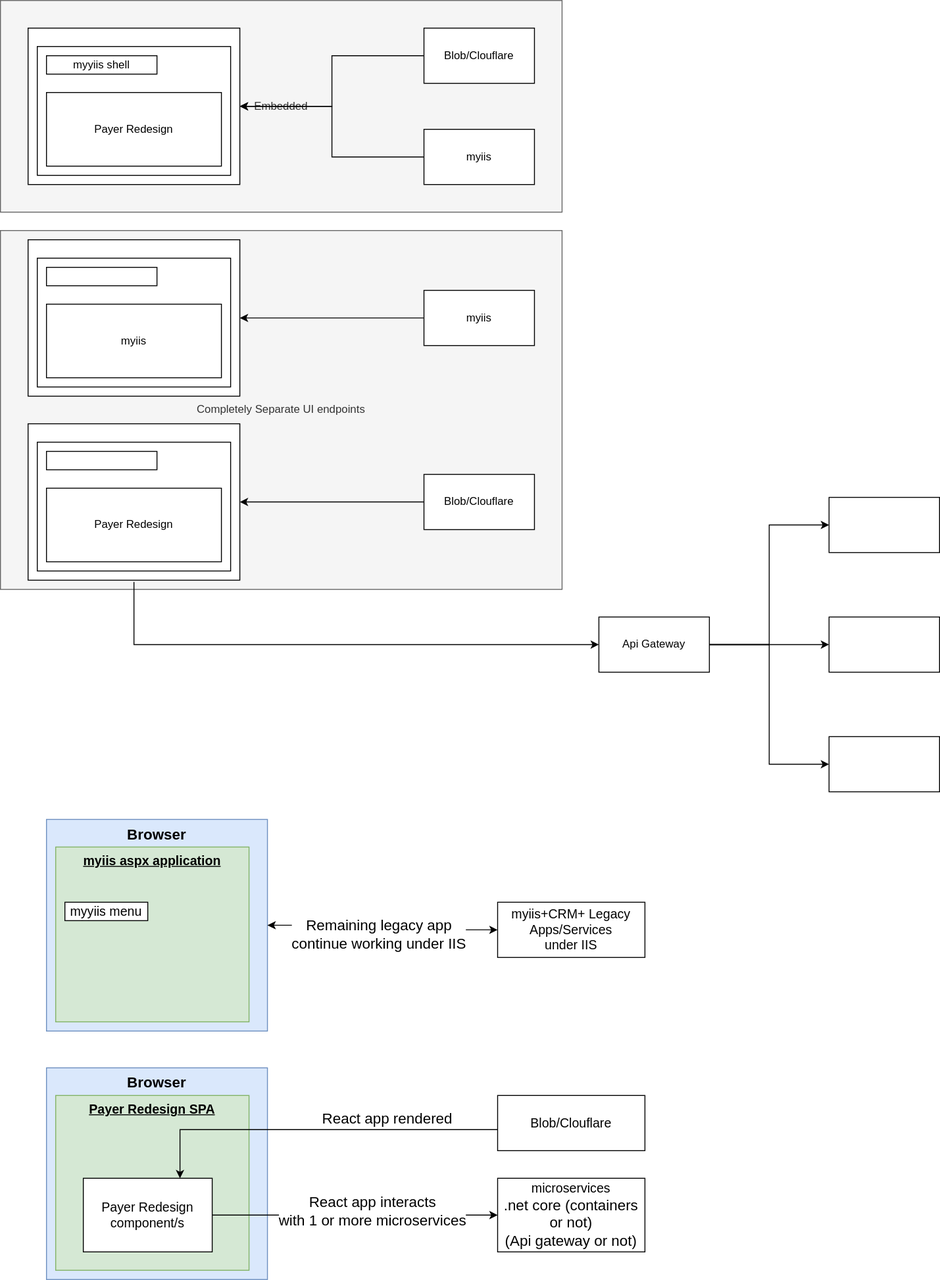
Above: payerredesignOption2.svg in vjavle/invoicecloud (draw.io), before the change. Source tidied: cells renumbered, new cells last; positions are measured from the earlier drawing's top-left corner, leaving out a move shared by most shapes.
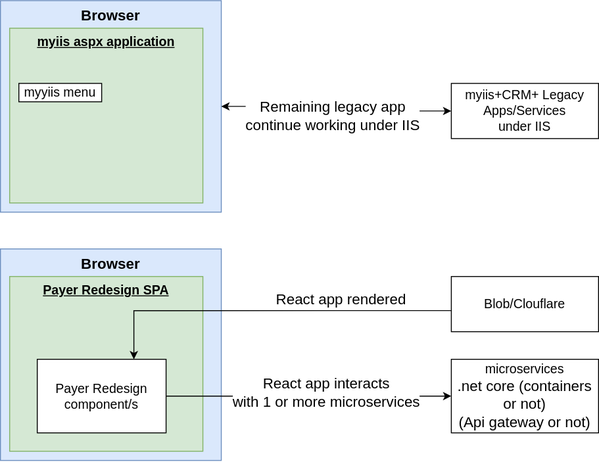
The same file after the commit.

The edit, as a diff of the source:
```diff
@@ -2,101 +2,6 @@
   <root>
     <mxCell id="0" />
     <mxCell id="1" parent="0" />
-    <mxCell id="2" value="Completely Separate UI endpoints" style="rounded=0;whiteSpace=wrap;html=1;fillColor=#f5f5f5;fontColor=#333333;strokeColor=#666666;" parent="1" vertex="1">
-      <mxGeometry y="250" width="610" height="390" as="geometry" />
-    </mxCell>
-    <mxCell id="3" value="Embedded" style="rounded=0;whiteSpace=wrap;html=1;fillColor=#f5f5f5;fontColor=#333333;strokeColor=#666666;" parent="1" vertex="1">
-      <mxGeometry width="610" height="230" as="geometry" />
-    </mxCell>
-    <mxCell id="4" style="edgeStyle=orthogonalEdgeStyle;rounded=0;jettySize=auto;html=1;entryX=1;entryY=0.5;entryDx=0;entryDy=0;" parent="1" edge="1" source="5" target="8">
-      <mxGeometry relative="1" as="geometry" />
-    </mxCell>
-    <mxCell id="5" value="Blob/Clouflare" style="rounded=0;whiteSpace=wrap;html=1;" parent="1" vertex="1">
-      <mxGeometry x="460" y="30" width="120" height="60" as="geometry" />
-    </mxCell>
-    <mxCell id="6" style="edgeStyle=orthogonalEdgeStyle;rounded=0;jettySize=auto;html=1;entryX=1;entryY=0.5;entryDx=0;entryDy=0;" parent="1" edge="1" source="7" target="8">
-      <mxGeometry relative="1" as="geometry" />
-    </mxCell>
-    <mxCell id="7" value="myiis" style="rounded=0;whiteSpace=wrap;html=1;" parent="1" vertex="1">
-      <mxGeometry x="460" y="140" width="120" height="60" as="geometry" />
-    </mxCell>
-    <mxCell id="8" style="rounded=0;whiteSpace=wrap;html=1;" parent="1" vertex="1">
-      <mxGeometry x="30" y="30" width="230" height="170" as="geometry" />
-    </mxCell>
-    <mxCell id="9" style="rounded=0;whiteSpace=wrap;html=1;" parent="1" vertex="1">
-      <mxGeometry x="40" y="50" width="210" height="140" as="geometry" />
-    </mxCell>
-    <mxCell id="10" value="myyiis shell" style="rounded=0;whiteSpace=wrap;html=1;" parent="1" vertex="1">
-      <mxGeometry x="50" y="60" width="120" height="20" as="geometry" />
-    </mxCell>
-    <mxCell id="11" value="Payer Redesign" style="rounded=0;whiteSpace=wrap;html=1;" parent="1" vertex="1">
-      <mxGeometry x="50" y="100" width="190" height="80" as="geometry" />
-    </mxCell>
-    <mxCell id="12" style="edgeStyle=orthogonalEdgeStyle;rounded=0;jettySize=auto;html=1;entryX=1;entryY=0.5;entryDx=0;entryDy=0;" parent="1" edge="1" source="13" target="14">
-      <mxGeometry relative="1" as="geometry" />
-    </mxCell>
-    <mxCell id="13" value="myiis" style="rounded=0;whiteSpace=wrap;html=1;" parent="1" vertex="1">
-      <mxGeometry x="460" y="315" width="120" height="60" as="geometry" />
-    </mxCell>
-    <mxCell id="14" style="rounded=0;whiteSpace=wrap;html=1;" parent="1" vertex="1">
-      <mxGeometry x="30" y="260" width="230" height="170" as="geometry" />
-    </mxCell>
-    <mxCell id="15" style="rounded=0;whiteSpace=wrap;html=1;" parent="1" vertex="1">
-      <mxGeometry x="40" y="280" width="210" height="140" as="geometry" />
-    </mxCell>
-    <mxCell id="16" style="rounded=0;whiteSpace=wrap;html=1;" parent="1" vertex="1">
-      <mxGeometry x="50" y="290" width="120" height="20" as="geometry" />
-    </mxCell>
-    <mxCell id="17" value="myiis" style="rounded=0;whiteSpace=wrap;html=1;" parent="1" vertex="1">
-      <mxGeometry x="50" y="330" width="190" height="80" as="geometry" />
-    </mxCell>
-    <mxCell id="18" style="edgeStyle=orthogonalEdgeStyle;rounded=0;jettySize=auto;html=1;entryX=1;entryY=0.5;entryDx=0;entryDy=0;" parent="1" edge="1" source="19" target="21">
-      <mxGeometry relative="1" as="geometry" />
-    </mxCell>
-    <mxCell id="19" value="Blob/Clouflare" style="rounded=0;whiteSpace=wrap;html=1;" parent="1" vertex="1">
-      <mxGeometry x="460" y="515" width="120" height="60" as="geometry" />
-    </mxCell>
-    <mxCell id="20" style="edgeStyle=orthogonalEdgeStyle;rounded=0;jettySize=auto;html=1;entryX=0;entryY=0.5;entryDx=0;entryDy=0;" parent="1" edge="1" target="28">
-      <mxGeometry relative="1" as="geometry">
-        <mxPoint x="145" y="632" as="sourcePoint" />
-        <Array as="points">
-          <mxPoint x="145" y="700" />
-        </Array>
-      </mxGeometry>
-    </mxCell>
-    <mxCell id="21" style="rounded=0;whiteSpace=wrap;html=1;" parent="1" vertex="1">
-      <mxGeometry x="30" y="460" width="230" height="170" as="geometry" />
-    </mxCell>
-    <mxCell id="22" style="rounded=0;whiteSpace=wrap;html=1;" parent="1" vertex="1">
-      <mxGeometry x="40" y="480" width="210" height="140" as="geometry" />
-    </mxCell>
-    <mxCell id="23" style="rounded=0;whiteSpace=wrap;html=1;" parent="1" vertex="1">
-      <mxGeometry x="50" y="490" width="120" height="20" as="geometry" />
-    </mxCell>
-    <mxCell id="24" value="Payer Redesign" style="rounded=0;whiteSpace=wrap;html=1;" parent="1" vertex="1">
-      <mxGeometry x="50" y="530" width="190" height="80" as="geometry" />
-    </mxCell>
-    <mxCell id="25" style="edgeStyle=orthogonalEdgeStyle;rounded=0;jettySize=auto;html=1;entryX=0;entryY=0.5;entryDx=0;entryDy=0;" parent="1" edge="1" source="28" target="29">
-      <mxGeometry relative="1" as="geometry" />
-    </mxCell>
-    <mxCell id="26" style="edgeStyle=orthogonalEdgeStyle;rounded=0;jettySize=auto;html=1;" parent="1" edge="1" source="28" target="30">
-      <mxGeometry relative="1" as="geometry" />
-    </mxCell>
-    <mxCell id="27" style="edgeStyle=orthogonalEdgeStyle;rounded=0;jettySize=auto;html=1;entryX=0;entryY=0.5;entryDx=0;entryDy=0;" parent="1" edge="1" source="28" target="31">
-      <mxGeometry relative="1" as="geometry" />
-    </mxCell>
-    <mxCell id="28" value="Api Gateway" style="rounded=0;whiteSpace=wrap;html=1;" parent="1" vertex="1">
-      <mxGeometry x="650" y="670" width="120" height="60" as="geometry" />
-    </mxCell>
-    <mxCell id="29" style="rounded=0;whiteSpace=wrap;html=1;" parent="1" vertex="1">
-      <mxGeometry x="900" y="540" width="120" height="60" as="geometry" />
-    </mxCell>
-    <mxCell id="30" style="rounded=0;whiteSpace=wrap;html=1;" parent="1" vertex="1">
-      <mxGeometry x="900" y="670" width="120" height="60" as="geometry" />
-    </mxCell>
-    <mxCell id="31" style="rounded=0;whiteSpace=wrap;html=1;" parent="1" vertex="1">
-      <mxGeometry x="900" y="800" width="120" height="60" as="geometry" />
-    </mxCell>
     <mxCell id="32" value="Browser" style="rounded=0;whiteSpace=wrap;html=1;verticalAlign=top;fontSize=16;fillColor=#dae8fc;strokeColor=#6c8ebf;fontStyle=1;" parent="1" vertex="1">
       <mxGeometry x="50" y="890" width="240" height="230" as="geometry" />
     </mxCell>
```
